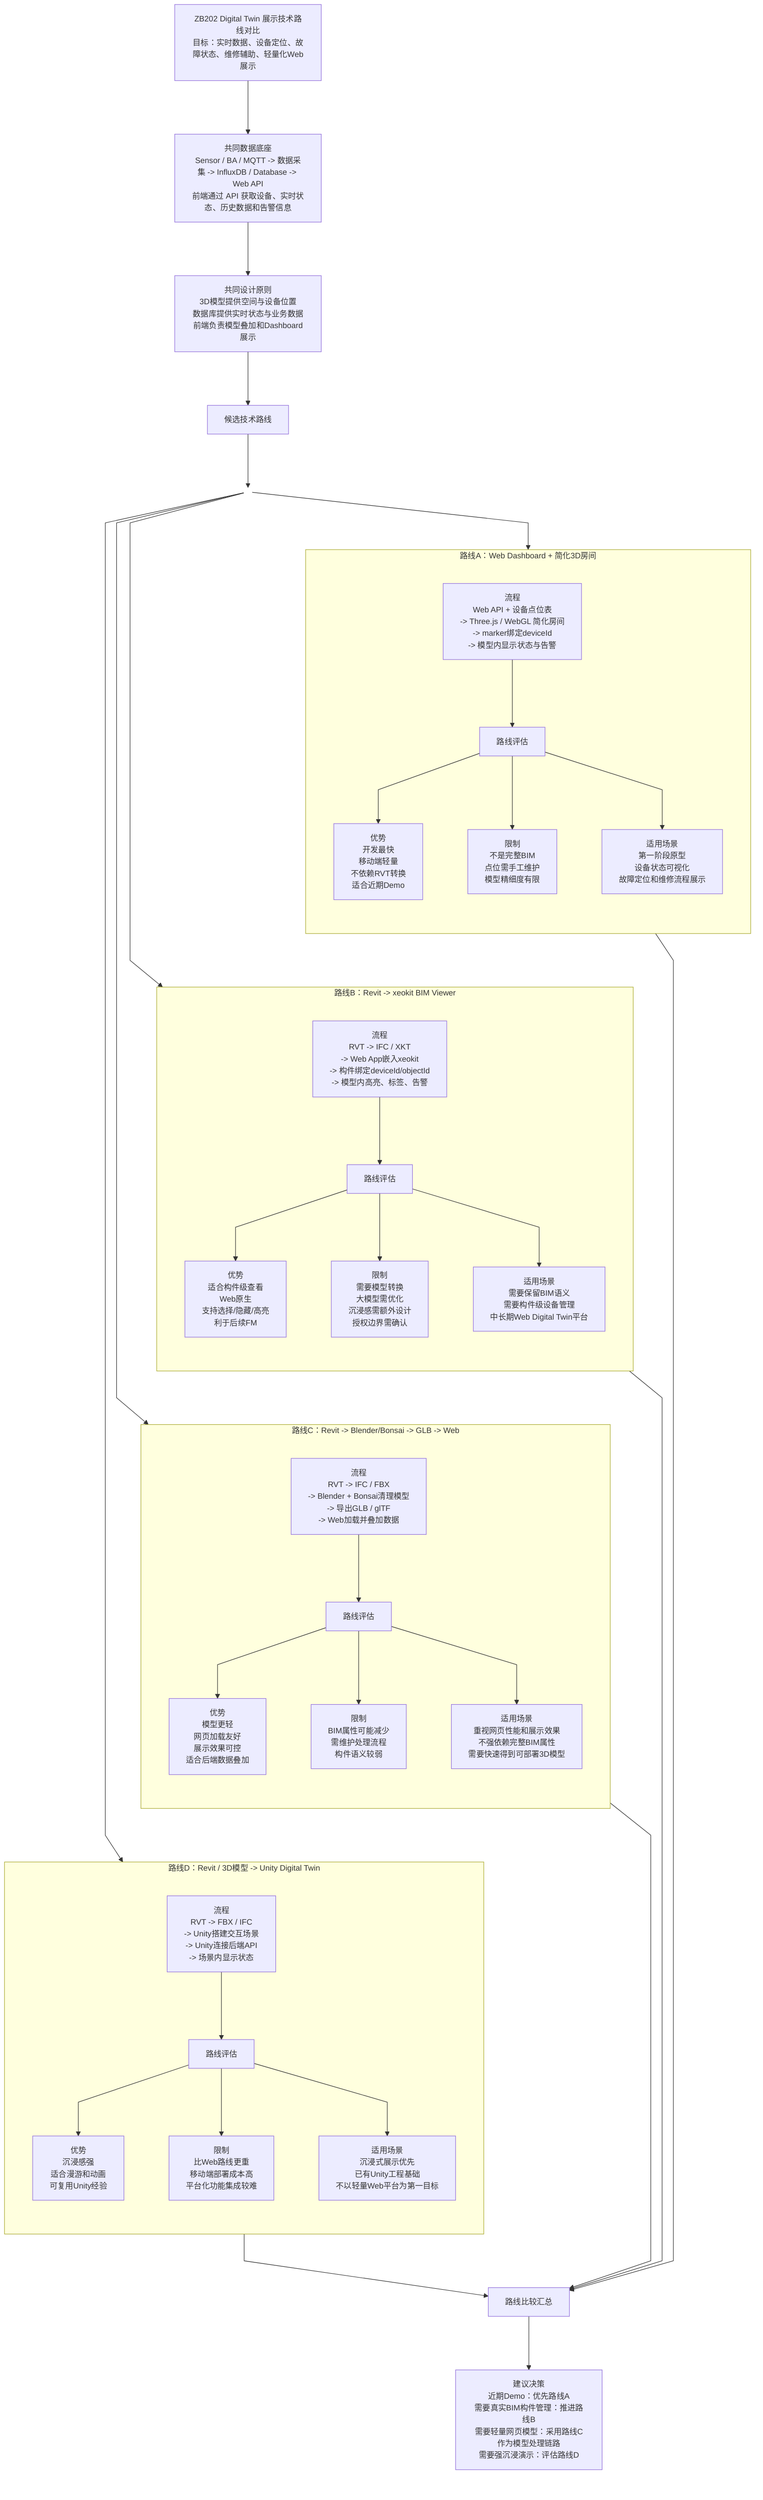
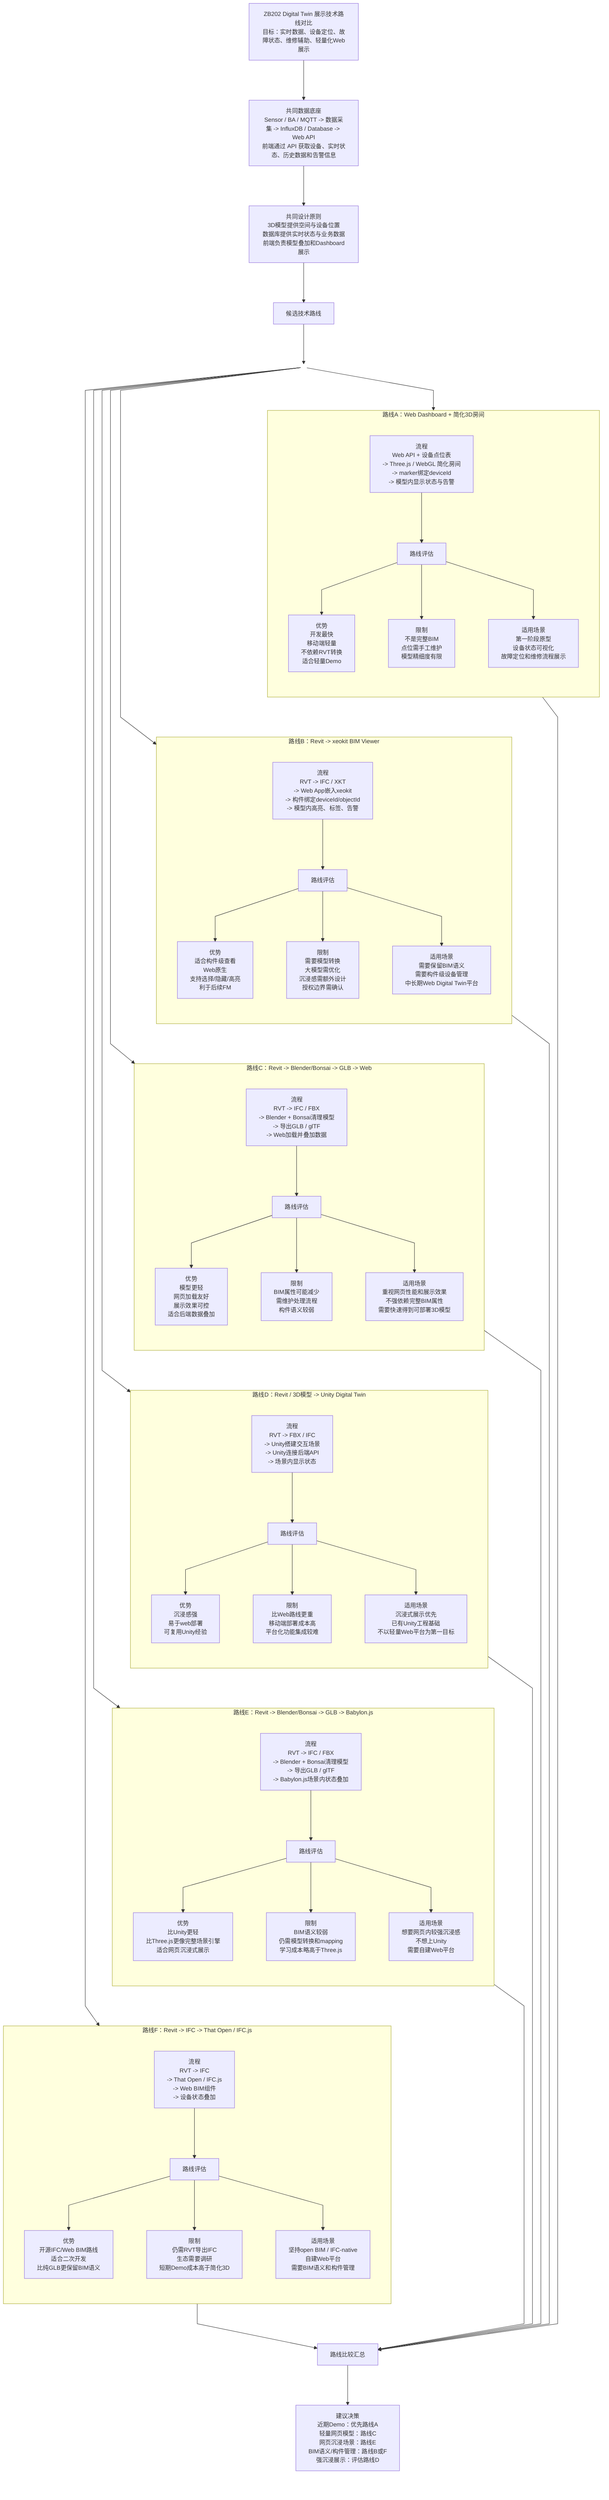
%%{init: {"flowchart": {"nodeSpacing": 80, "rankSpacing": 95, "curve": "linear"}, "themeVariables": {"fontSize": "14px"}}}%%
flowchart TB
  %% ZB202 Digital Twin technical route comparison for group meeting

  TITLE["ZB202 Digital Twin 展示技术路线对比<br/>目标：实时数据、设备定位、故障状态、维修辅助、轻量化Web展示"]

  DATA["共同数据底座<br/>Sensor / BA / MQTT -> 数据采集 -> InfluxDB / Database -> Web API<br/>前端通过 API 获取设备、实时状态、历史数据和告警信息"]

  PRINCIPLE["共同设计原则<br/>3D模型提供空间与设备位置<br/>数据库提供实时状态与业务数据<br/>前端负责模型叠加和Dashboard展示"]

  ROUTE_TITLE["候选技术路线"]

  TITLE --> DATA --> PRINCIPLE --> ROUTE_TITLE --> ROUTE_ENTRY

  ROUTE_ENTRY((" "))

  subgraph R1["路线A：Web Dashboard + 简化3D房间"]
    direction TB
    R1_START["流程<br/>Web API + 设备点位表<br/>-> Three.js / WebGL 简化房间<br/>-> marker绑定deviceId<br/>-> 模型内显示状态与告警"]

    R1_SPLIT["路线评估"]
-     R1_PRO["优势<br/>开发最快<br/>移动端轻量<br/>不依赖RVT转换<br/>适合近期Demo"]
+     R1_PRO["优势<br/>开发最快<br/>移动端轻量<br/>不依赖RVT转换<br/>适合轻量Demo"]
    R1_CON["限制<br/>不是完整BIM<br/>点位需手工维护<br/>模型精细度有限"]
    R1_USE["适用场景<br/>第一阶段原型<br/>设备状态可视化<br/>故障定位和维修流程展示"]

    R1_START --> R1_SPLIT
    R1_SPLIT --> R1_PRO
    R1_SPLIT --> R1_CON
    R1_SPLIT --> R1_USE
  end

  subgraph R2["路线B：Revit -> xeokit BIM Viewer"]
    direction TB
    R2_START["流程<br/>RVT -> IFC / XKT<br/>-> Web App嵌入xeokit<br/>-> 构件绑定deviceId/objectId<br/>-> 模型内高亮、标签、告警"]

    R2_SPLIT["路线评估"]
    R2_PRO["优势<br/>适合构件级查看<br/>Web原生<br/>支持选择/隐藏/高亮<br/>利于后续FM"]
    R2_CON["限制<br/>需要模型转换<br/>大模型需优化<br/>沉浸感需额外设计<br/>授权边界需确认"]
    R2_USE["适用场景<br/>需要保留BIM语义<br/>需要构件级设备管理<br/>中长期Web Digital Twin平台"]

    R2_START --> R2_SPLIT
    R2_SPLIT --> R2_PRO
    R2_SPLIT --> R2_CON
    R2_SPLIT --> R2_USE
  end

  subgraph R3["路线C：Revit -> Blender/Bonsai -> GLB -> Web"]
    direction TB
    R3_START["流程<br/>RVT -> IFC / FBX<br/>-> Blender + Bonsai清理模型<br/>-> 导出GLB / glTF<br/>-> Web加载并叠加数据"]

    R3_SPLIT["路线评估"]
    R3_PRO["优势<br/>模型更轻<br/>网页加载友好<br/>展示效果可控<br/>适合后端数据叠加"]
    R3_CON["限制<br/>BIM属性可能减少<br/>需维护处理流程<br/>构件语义较弱"]
    R3_USE["适用场景<br/>重视网页性能和展示效果<br/>不强依赖完整BIM属性<br/>需要快速得到可部署3D模型"]

    R3_START --> R3_SPLIT
    R3_SPLIT --> R3_PRO
    R3_SPLIT --> R3_CON
    R3_SPLIT --> R3_USE
  end

  subgraph R4["路线D：Revit / 3D模型 -> Unity Digital Twin"]
    direction TB
    R4_START["流程<br/>RVT -> FBX / IFC<br/>-> Unity搭建交互场景<br/>-> Unity连接后端API<br/>-> 场景内显示状态"]

    R4_SPLIT["路线评估"]
-     R4_PRO["优势<br/>沉浸感强<br/>适合漫游和动画<br/>可复用Unity经验"]
+     R4_PRO["优势<br/>沉浸感强<br/>易于web部署<br/>可复用Unity经验"]
    R4_CON["限制<br/>比Web路线更重<br/>移动端部署成本高<br/>平台化功能集成较难"]
    R4_USE["适用场景<br/>沉浸式展示优先<br/>已有Unity工程基础<br/>不以轻量Web平台为第一目标"]

    R4_START --> R4_SPLIT
    R4_SPLIT --> R4_PRO
    R4_SPLIT --> R4_CON
    R4_SPLIT --> R4_USE
  end

+   subgraph R5["路线E：Revit -> Blender/Bonsai -> GLB -> Babylon.js"]
+     direction TB
+     R5_START["流程<br/>RVT -> IFC / FBX<br/>-> Blender + Bonsai清理模型<br/>-> 导出GLB / glTF<br/>-> Babylon.js场景内状态叠加"]
+ 
+     R5_SPLIT["路线评估"]
+     R5_PRO["优势<br/>比Unity更轻<br/>比Three.js更像完整场景引擎<br/>适合网页沉浸式展示"]
+     R5_CON["限制<br/>BIM语义较弱<br/>仍需模型转换和mapping<br/>学习成本略高于Three.js"]
+     R5_USE["适用场景<br/>想要网页内较强沉浸感<br/>不想上Unity<br/>需要自建Web平台"]
+ 
+     R5_START --> R5_SPLIT
+     R5_SPLIT --> R5_PRO
+     R5_SPLIT --> R5_CON
+     R5_SPLIT --> R5_USE
+   end
+ 
+   subgraph R6["路线F：Revit -> IFC -> That Open / IFC.js"]
+     direction TB
+     R6_START["流程<br/>RVT -> IFC<br/>-> That Open / IFC.js<br/>-> Web BIM组件<br/>-> 设备状态叠加"]
+ 
+     R6_SPLIT["路线评估"]
+     R6_PRO["优势<br/>开源IFC/Web BIM路线<br/>适合二次开发<br/>比纯GLB更保留BIM语义"]
+     R6_CON["限制<br/>仍需RVT导出IFC<br/>生态需要调研<br/>短期Demo成本高于简化3D"]
+     R6_USE["适用场景<br/>坚持open BIM / IFC-native<br/>自建Web平台<br/>需要BIM语义和构件管理"]
+ 
+     R6_START --> R6_SPLIT
+     R6_SPLIT --> R6_PRO
+     R6_SPLIT --> R6_CON
+     R6_SPLIT --> R6_USE
+   end
+ 
  ROUTE_ENTRY --> R1_START
  ROUTE_ENTRY --> R2_START
  ROUTE_ENTRY --> R3_START
  ROUTE_ENTRY --> R4_START
+   ROUTE_ENTRY --> R5_START
+   ROUTE_ENTRY --> R6_START

  R1_START ~~~ R2_START
  R2_START ~~~ R3_START
  R3_START ~~~ R4_START
+   R4_START ~~~ R5_START
+   R5_START ~~~ R6_START

  R1_USE ~~~ R2_USE
  R2_USE ~~~ R3_USE
  R3_USE ~~~ R4_USE
+   R4_USE ~~~ R5_USE
+   R5_USE ~~~ R6_USE

  JOIN["路线比较汇总"]

-   SUMMARY["建议决策<br/>近期Demo：优先路线A<br/>需要真实BIM构件管理：推进路线B<br/>需要轻量网页模型：采用路线C作为模型处理链路<br/>需要强沉浸演示：评估路线D"]
+   SUMMARY["建议决策<br/>近期Demo：优先路线A<br/>轻量网页模型：路线C<br/>网页沉浸场景：路线E<br/>BIM语义/构件管理：路线B或F<br/>强沉浸展示：评估路线D"]

  R1_USE --> JOIN
  R2_USE --> JOIN
  R3_USE --> JOIN
  R4_USE --> JOIN
+   R5_USE --> JOIN
+   R6_USE --> JOIN
  JOIN --> SUMMARY

  style ROUTE_ENTRY fill:transparent,stroke:transparent,color:transparent
